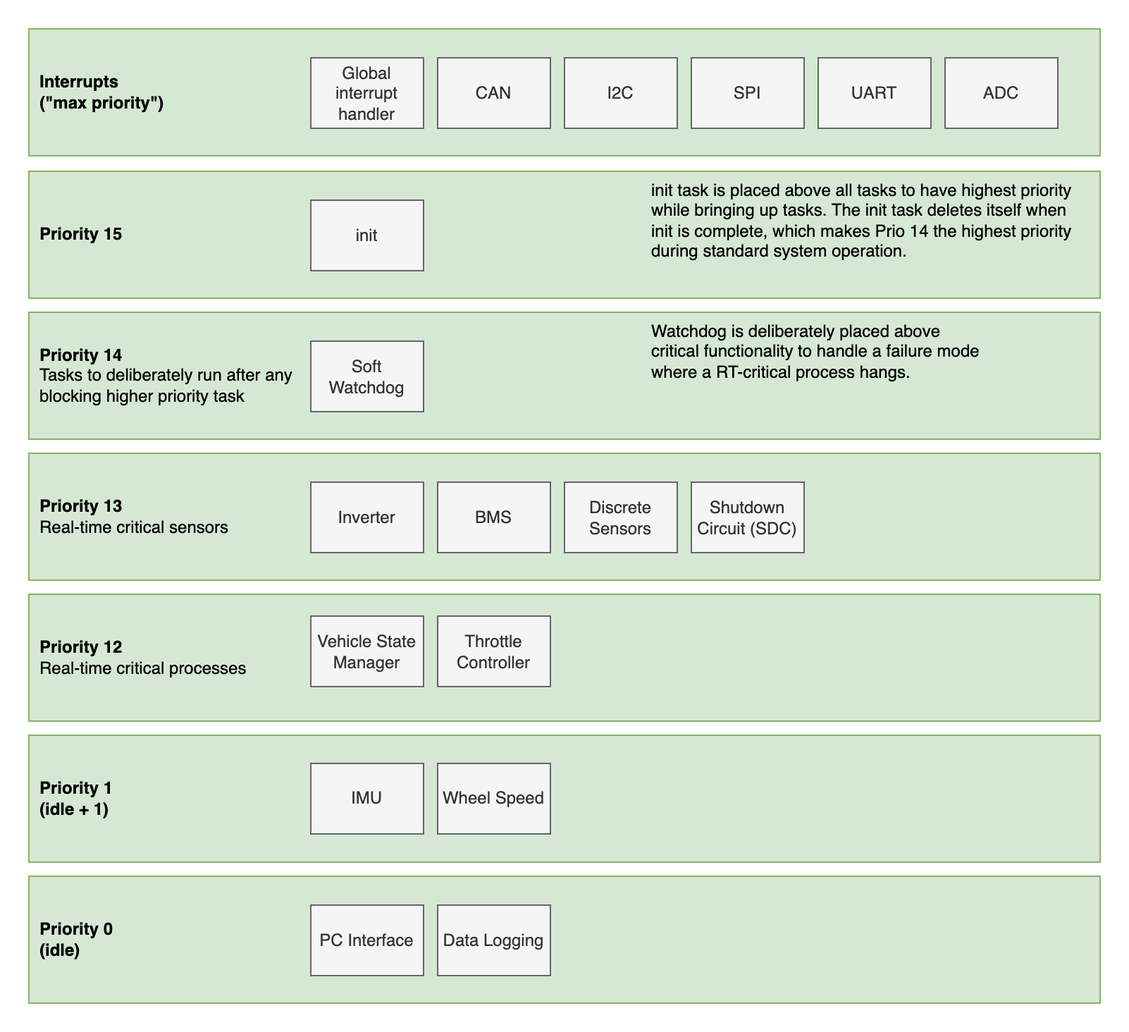
This is firmware/images/Firmware_Architecture_RTOS_task_layout.png from lflaherty/evfirmware-vcu, a draw.io export, as it was before one commit. Source tidied: cells renumbered, new cells last; positions are measured from the earlier drawing's top-left corner, leaving out a move shared by most shapes.
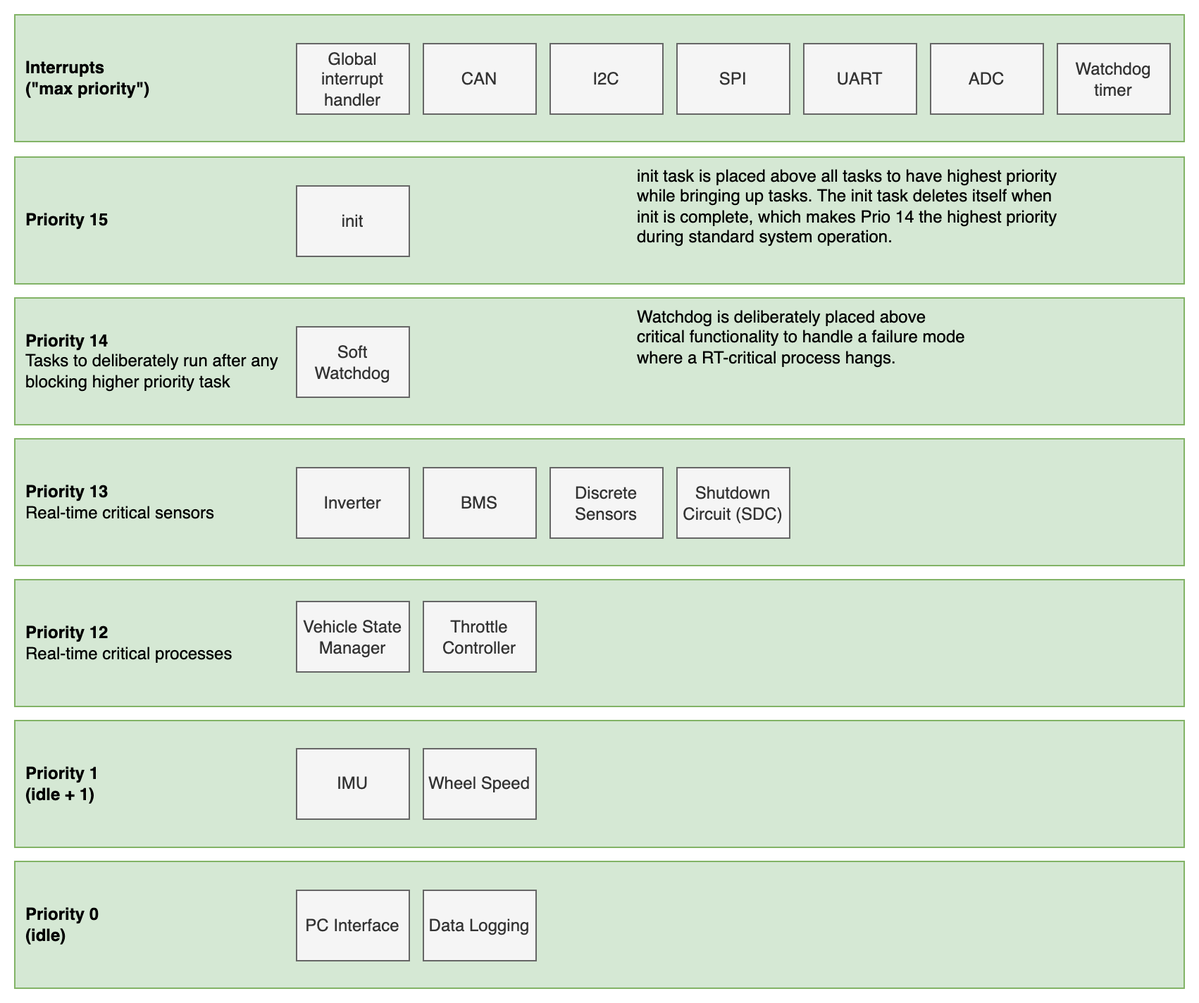
Above is the later version.

The edit, as a diff of the source:
```diff
@@ -3,25 +3,25 @@
     <mxCell id="0" />
     <mxCell id="1" parent="0" />
     <mxCell id="2" value="&lt;b&gt;Priority 14&lt;/b&gt;&lt;br&gt;Tasks to deliberately run after any&lt;br&gt;blocking higher priority task" style="rounded=0;whiteSpace=wrap;html=1;align=left;horizontal=1;spacingLeft=6;fillColor=#d5e8d4;strokeColor=#82b366;" parent="1" vertex="1">
-      <mxGeometry y="201" width="760" height="90" as="geometry" />
+      <mxGeometry y="201" width="830" height="90" as="geometry" />
     </mxCell>
     <mxCell id="3" value="&lt;b&gt;Priority 1&lt;br&gt;(idle + 1)&lt;/b&gt;" style="rounded=0;whiteSpace=wrap;html=1;align=left;horizontal=1;spacingLeft=6;fillColor=#d5e8d4;strokeColor=#82b366;" parent="1" vertex="1">
-      <mxGeometry y="501" width="760" height="90" as="geometry" />
+      <mxGeometry y="501" width="830" height="90" as="geometry" />
     </mxCell>
     <mxCell id="4" value="&lt;b&gt;Priority 15&lt;br&gt;&lt;/b&gt;" style="rounded=0;whiteSpace=wrap;html=1;align=left;horizontal=1;spacingLeft=6;fillColor=#d5e8d4;strokeColor=#82b366;" parent="1" vertex="1">
-      <mxGeometry y="101" width="760" height="90" as="geometry" />
+      <mxGeometry y="101" width="830" height="90" as="geometry" />
     </mxCell>
     <mxCell id="5" value="&lt;b&gt;Priority 13&lt;/b&gt;&lt;br&gt;Real-time critical sensors" style="rounded=0;whiteSpace=wrap;html=1;align=left;horizontal=1;spacingLeft=6;fillColor=#d5e8d4;strokeColor=#82b366;" parent="1" vertex="1">
-      <mxGeometry y="301" width="760" height="90" as="geometry" />
+      <mxGeometry y="301" width="830" height="90" as="geometry" />
     </mxCell>
     <mxCell id="6" value="&lt;b&gt;Priority 12&lt;/b&gt;&lt;br&gt;Real-time critical processes" style="rounded=0;whiteSpace=wrap;html=1;align=left;horizontal=1;spacingLeft=6;fillColor=#d5e8d4;strokeColor=#82b366;" parent="1" vertex="1">
-      <mxGeometry y="401" width="760" height="90" as="geometry" />
+      <mxGeometry y="401" width="830" height="90" as="geometry" />
     </mxCell>
     <mxCell id="7" value="&lt;b&gt;Priority 0&lt;br&gt;(idle)&lt;/b&gt;" style="rounded=0;whiteSpace=wrap;html=1;align=left;horizontal=1;spacingLeft=6;fillColor=#d5e8d4;strokeColor=#82b366;" parent="1" vertex="1">
-      <mxGeometry y="601" width="760" height="90" as="geometry" />
+      <mxGeometry y="601" width="830" height="90" as="geometry" />
     </mxCell>
     <mxCell id="8" value="&lt;b&gt;Interrupts&lt;br&gt;(&quot;max priority&quot;)&lt;/b&gt;" style="rounded=0;whiteSpace=wrap;html=1;align=left;horizontal=1;spacingLeft=6;fillColor=#d5e8d4;strokeColor=#82b366;" parent="1" vertex="1">
-      <mxGeometry width="760" height="90" as="geometry" />
+      <mxGeometry width="830" height="90" as="geometry" />
     </mxCell>
     <mxCell id="9" value="init" style="rounded=0;whiteSpace=wrap;html=1;fillColor=#f5f5f5;strokeColor=#666666;fontColor=#333333;" parent="1" vertex="1">
       <mxGeometry x="200" y="121.5" width="80" height="50" as="geometry" />
@@ -83,5 +83,8 @@
     <mxCell id="28" value="init task is placed above all tasks to have highest priority&lt;br&gt;while bringing up tasks. The init task deletes itself when&lt;br&gt;init is complete, which makes Prio 14 the highest priority&lt;br&gt;during standard system operation." style="text;html=1;align=left;verticalAlign=top;strokeColor=none;fillColor=none;" parent="1" vertex="1">
       <mxGeometry x="440" y="101" width="320" height="70" as="geometry" />
     </mxCell>
+    <mxCell id="29" value="Watchdog timer" style="rounded=0;whiteSpace=wrap;html=1;fillColor=#f5f5f5;strokeColor=#666666;fontColor=#333333;" parent="1" vertex="1">
+      <mxGeometry x="740" y="20.5" width="80" height="50" as="geometry" />
+    </mxCell>
   </root>
 </mxGraphModel>
```
